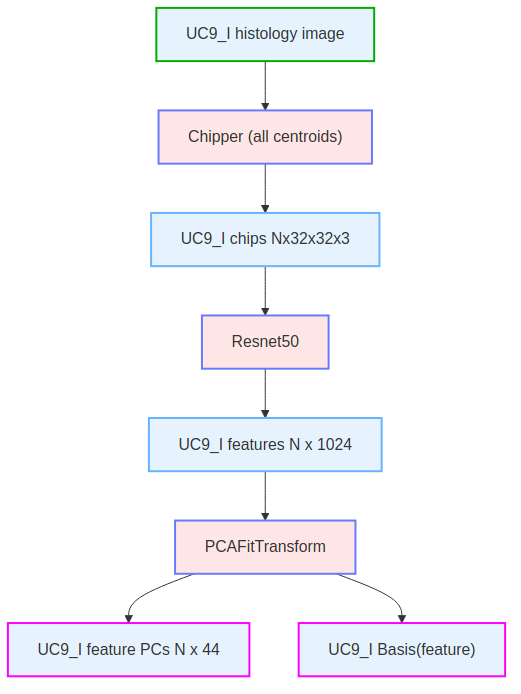
Before: mermaid/UC9_I_feature_PCs.png, a diagram exported from Mermaid (catskillsresearch/broad-3-catskills). Its source is kept beside it as mermaid/UC9_I_feature_PCs.mmd.
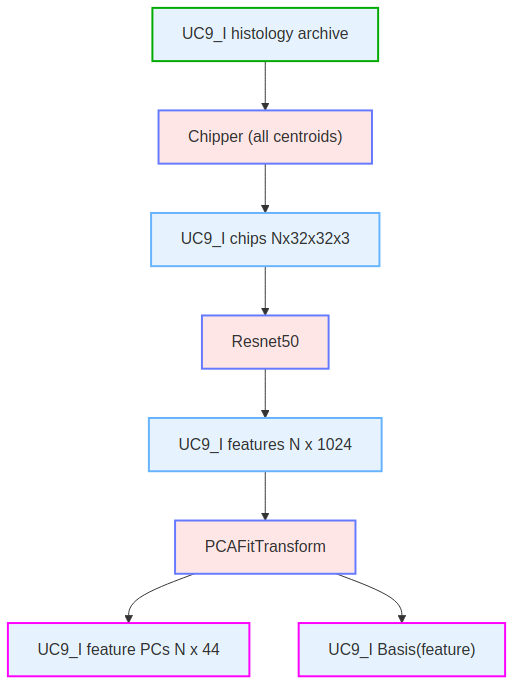
Above is the later version.

Change to the diagram source:
```diff
@@ -6,7 +6,7 @@
     classDef outputData fill:#e6f3ff,stroke:#FF00FF,stroke-width:2px
     classDef outputMetric fill:#e6f3ff,stroke:#FFFF00,stroke-width:2px
 
-    data1["UC9_I histology image"]:::inputData --> op1["Chipper (all centroids)"]:::op
+    data1["UC9_I histology archive"]:::inputData --> op1["Chipper (all centroids)"]:::op
     op1 --> data2["UC9_I chips Nx32x32x3"]:::data
     data2 --> op2["Resnet50"]:::op
     op2 --> data3["UC9_I features N x 1024"]:::data
```
